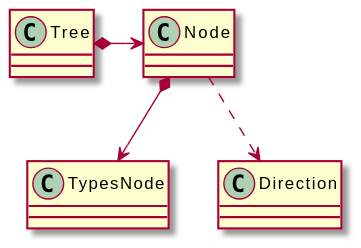
This is out/binary-search-tree/BST.svg from vfred0/binary-search-trees, a PlantUML export, as it was before one commit. Its diagram source:
```plantuml
@startuml "BST"
Tree *-> Node
Node *--> TypesNode
Node ..> Direction

@enduml
```
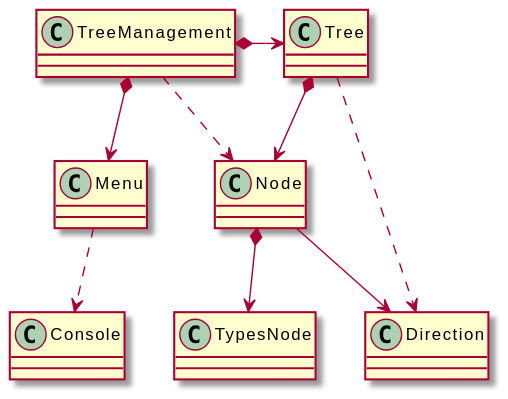
The same file after the commit.

Diff of the diagram source:
```diff
@@ -1,6 +1,11 @@
 @startuml "BST"
 Tree *-> Node
 Node *--> TypesNode
-Node ..> Direction
+Node --> Direction
+TreeManagement *-> Tree
+Menu ..> Console
+TreeManagement *--> Menu
+TreeManagement ..> Node
+Tree ..> Direction
 
 @enduml
```
